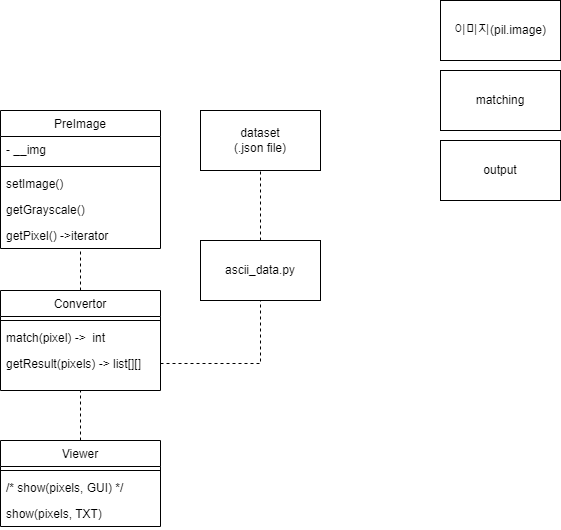
This is ascii_art.drawio.png from IT-ooth/ascii-art, a draw.io export, as it was before one commit. Source tidied: cells renumbered, new cells last; positions are measured from the earlier drawing's top-left corner, leaving out a move shared by most shapes.
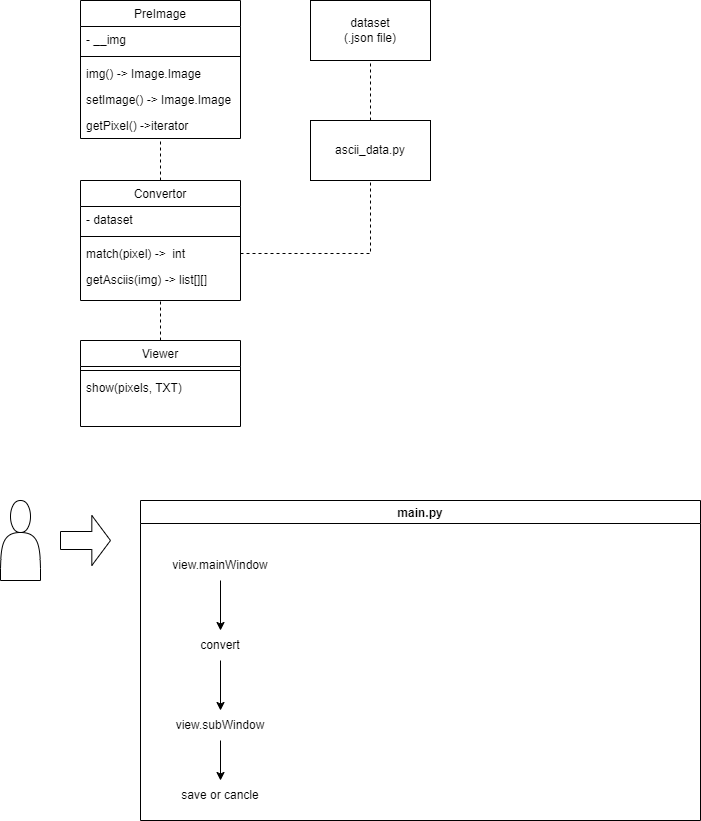
The same diagram one commit later.

Change to the diagram source:
```diff
@@ -3,7 +3,7 @@
     <mxCell id="0" />
     <mxCell id="1" parent="0" />
     <mxCell id="2" value="PreImage" style="swimlane;fontStyle=0;align=center;verticalAlign=top;horizontal=1;startSize=26;rounded=0;shadow=0;strokeWidth=1;" parent="1" vertex="1">
-      <mxGeometry y="110" width="160" height="138" as="geometry" />
+      <mxGeometry y="20" width="160" height="138" as="geometry" />
     </mxCell>
     <mxCell id="3" value="- __img" style="text;align=left;verticalAlign=top;spacingLeft=4;spacingRight=4;overflow=hidden;" parent="2" vertex="1">
       <mxGeometry y="26" width="160" height="26" as="geometry" />
@@ -11,38 +11,32 @@
     <mxCell id="4" style="line;html=1;strokeWidth=1;align=left;verticalAlign=middle;spacingTop=-1;spacingLeft=3;spacingRight=3;labelPosition=right;" parent="2" vertex="1">
       <mxGeometry y="52" width="160" height="8" as="geometry" />
     </mxCell>
-    <mxCell id="5" value="setImage()" style="text;align=left;verticalAlign=top;spacingLeft=4;spacingRight=4;overflow=hidden;" parent="2" vertex="1">
+    <mxCell id="5" value="img() -&gt; Image.Image" style="text;align=left;verticalAlign=top;spacingLeft=4;spacingRight=4;overflow=hidden;" parent="2" vertex="1">
       <mxGeometry y="60" width="160" height="26" as="geometry" />
     </mxCell>
-    <mxCell id="6" value="getGrayscale()" style="text;align=left;verticalAlign=top;spacingLeft=4;spacingRight=4;overflow=hidden;" parent="2" vertex="1">
+    <mxCell id="6" value="setImage() -&gt; Image.Image" style="text;align=left;verticalAlign=top;spacingLeft=4;spacingRight=4;overflow=hidden;" parent="2" vertex="1">
       <mxGeometry y="86" width="160" height="26" as="geometry" />
     </mxCell>
     <mxCell id="7" value="getPixel() -&gt;iterator" style="text;align=left;verticalAlign=top;spacingLeft=4;spacingRight=4;overflow=hidden;" parent="2" vertex="1">
       <mxGeometry y="112" width="160" height="26" as="geometry" />
     </mxCell>
-    <mxCell id="8" value="이미지(pil.image)" style="rounded=0;whiteSpace=wrap;html=1;" parent="1" vertex="1">
-      <mxGeometry x="440" width="120" height="60" as="geometry" />
-    </mxCell>
-    <mxCell id="9" value="matching" style="rounded=0;whiteSpace=wrap;html=1;" parent="1" vertex="1">
-      <mxGeometry x="440" y="70" width="120" height="60" as="geometry" />
-    </mxCell>
-    <mxCell id="10" value="output" style="rounded=0;whiteSpace=wrap;html=1;" parent="1" vertex="1">
-      <mxGeometry x="440" y="140" width="120" height="60" as="geometry" />
-    </mxCell>
     <mxCell id="11" value="dataset&lt;br&gt;(.json file)" style="rounded=0;whiteSpace=wrap;html=1;" parent="1" vertex="1">
-      <mxGeometry x="200" y="110" width="120" height="60" as="geometry" />
+      <mxGeometry x="230" y="20" width="120" height="60" as="geometry" />
     </mxCell>
     <mxCell id="12" value="Convertor" style="swimlane;fontStyle=0;align=center;verticalAlign=top;horizontal=1;startSize=26;rounded=0;shadow=0;strokeWidth=1;" parent="1" vertex="1">
-      <mxGeometry y="290" width="160" height="100" as="geometry" />
+      <mxGeometry y="200" width="160" height="120" as="geometry" />
     </mxCell>
+    <mxCell id="25" value="- dataset&#10;" style="text;align=left;verticalAlign=top;spacingLeft=4;spacingRight=4;overflow=hidden;" parent="12" vertex="1">
+      <mxGeometry y="26" width="160" height="26" as="geometry" />
+    </mxCell>
     <mxCell id="13" style="line;html=1;strokeWidth=1;align=left;verticalAlign=middle;spacingTop=-1;spacingLeft=3;spacingRight=3;labelPosition=right;" parent="12" vertex="1">
-      <mxGeometry y="26" width="160" height="8" as="geometry" />
+      <mxGeometry y="52" width="160" height="8" as="geometry" />
     </mxCell>
     <mxCell id="14" value="match(pixel) -&gt;  int" style="text;align=left;verticalAlign=top;spacingLeft=4;spacingRight=4;overflow=hidden;points=[[0,0.5],[1,0.5]];portConstraint=eastwest;" parent="12" vertex="1">
-      <mxGeometry y="34" width="160" height="26" as="geometry" />
+      <mxGeometry y="60" width="160" height="26" as="geometry" />
     </mxCell>
-    <mxCell id="15" value="getResult(pixels) -&gt; list[][]" style="text;align=left;verticalAlign=top;spacingLeft=4;spacingRight=4;overflow=hidden;points=[[0,0.5],[1,0.5]];portConstraint=eastwest;" parent="12" vertex="1">
-      <mxGeometry y="60" width="160" height="26" as="geometry" />
+    <mxCell id="15" value="getAsciis(img) -&gt; list[][]" style="text;align=left;verticalAlign=top;spacingLeft=4;spacingRight=4;overflow=hidden;points=[[0,0.5],[1,0.5]];portConstraint=eastwest;" parent="12" vertex="1">
+      <mxGeometry y="86" width="160" height="26" as="geometry" />
     </mxCell>
     <mxCell id="16" style="endArrow=none;dashed=1;html=1;rounded=0;entryX=0.5;entryY=1;entryDx=0;entryDy=0;exitX=0.5;exitY=0;exitDx=0;exitDy=0;" parent="1" edge="1" source="12" target="2">
       <mxGeometry relative="1" as="geometry" />
@@ -51,29 +45,56 @@
       <mxGeometry relative="1" as="geometry" />
     </mxCell>
     <mxCell id="18" value="Viewer" style="swimlane;fontStyle=0;align=center;verticalAlign=top;horizontal=1;startSize=26;rounded=0;shadow=0;strokeWidth=1;" parent="1" vertex="1">
-      <mxGeometry y="440" width="160" height="86" as="geometry" />
+      <mxGeometry y="360" width="160" height="86" as="geometry" />
     </mxCell>
     <mxCell id="19" style="line;html=1;strokeWidth=1;align=left;verticalAlign=middle;spacingTop=-1;spacingLeft=3;spacingRight=3;labelPosition=right;" parent="18" vertex="1">
       <mxGeometry y="26" width="160" height="8" as="geometry" />
     </mxCell>
-    <mxCell id="20" value="/* show(pixels, GUI) */" style="text;align=left;verticalAlign=top;spacingLeft=4;spacingRight=4;overflow=hidden;" parent="18" vertex="1">
-      <mxGeometry y="34" width="160" height="26" as="geometry" />
-    </mxCell>
     <mxCell id="21" value="show(pixels, TXT)" style="text;align=left;verticalAlign=top;spacingLeft=4;spacingRight=4;overflow=hidden;" parent="18" vertex="1">
-      <mxGeometry y="60" width="160" height="26" as="geometry" />
+      <mxGeometry y="34" width="160" height="26" as="geometry" />
     </mxCell>
     <mxCell id="22" style="endArrow=none;dashed=1;html=1;rounded=0;entryX=0.5;entryY=1;entryDx=0;entryDy=0;exitX=0.5;exitY=0;exitDx=0;exitDy=0;" parent="1" edge="1" source="18" target="12">
       <mxGeometry relative="1" as="geometry" />
     </mxCell>
     <mxCell id="23" value="ascii_data.py" style="rounded=0;whiteSpace=wrap;html=1;" parent="1" vertex="1">
-      <mxGeometry x="200" y="240" width="120" height="60" as="geometry" />
+      <mxGeometry x="230" y="140" width="120" height="60" as="geometry" />
     </mxCell>
-    <mxCell id="24" style="endArrow=none;dashed=1;html=1;rounded=0;exitX=1;exitY=0.5;exitDx=0;exitDy=0;entryX=0.5;entryY=1;entryDx=0;entryDy=0;" parent="1" edge="1" source="15" target="23">
+    <mxCell id="24" style="endArrow=none;dashed=1;html=1;rounded=0;exitX=1;exitY=0.5;exitDx=0;exitDy=0;entryX=0.5;entryY=1;entryDx=0;entryDy=0;" parent="1" edge="1" source="14" target="23">
       <mxGeometry relative="1" as="geometry">
         <Array as="points">
-          <mxPoint x="260" y="363" />
+          <mxPoint x="290" y="273" />
         </Array>
       </mxGeometry>
     </mxCell>
+    <mxCell id="26" style="shape=actor;whiteSpace=wrap;html=1;" parent="1" vertex="1">
+      <mxGeometry x="-80" y="520" width="40" height="80" as="geometry" />
+    </mxCell>
+    <mxCell id="27" style="shape=singleArrow;whiteSpace=wrap;html=1;arrowWidth=0.359998779296875;arrowSize=0.37333251953125;" parent="1" vertex="1">
+      <mxGeometry x="-20" y="535" width="50" height="50" as="geometry" />
+    </mxCell>
+    <mxCell id="28" value="main.py" style="swimlane;" parent="1" vertex="1">
+      <mxGeometry x="60" y="520" width="560" height="320" as="geometry" />
+    </mxCell>
+    <mxCell id="29" style="edgeStyle=orthogonalEdgeStyle;rounded=0;jettySize=auto;html=1;" parent="28" edge="1" source="30" target="32">
+      <mxGeometry relative="1" as="geometry" />
+    </mxCell>
+    <mxCell id="30" value="view.mainWindow" style="text;html=1;strokeColor=none;fillColor=none;align=center;verticalAlign=middle;whiteSpace=wrap;rounded=0;shadow=0;" parent="28" vertex="1">
+      <mxGeometry x="20" y="50" width="120" height="30" as="geometry" />
+    </mxCell>
+    <mxCell id="31" style="edgeStyle=orthogonalEdgeStyle;rounded=0;jettySize=auto;html=1;" parent="28" edge="1" source="32" target="34">
+      <mxGeometry relative="1" as="geometry" />
+    </mxCell>
+    <mxCell id="32" value="convert" style="text;html=1;strokeColor=none;fillColor=none;align=center;verticalAlign=middle;whiteSpace=wrap;rounded=0;shadow=0;" parent="28" vertex="1">
+      <mxGeometry x="20" y="130" width="120" height="30" as="geometry" />
+    </mxCell>
+    <mxCell id="33" style="edgeStyle=orthogonalEdgeStyle;rounded=0;jettySize=auto;html=1;" parent="28" edge="1" source="34" target="35">
+      <mxGeometry relative="1" as="geometry" />
+    </mxCell>
+    <mxCell id="34" value="view.subWindow" style="text;html=1;strokeColor=none;fillColor=none;align=center;verticalAlign=middle;whiteSpace=wrap;rounded=0;shadow=0;" parent="28" vertex="1">
+      <mxGeometry x="20" y="210" width="120" height="30" as="geometry" />
+    </mxCell>
+    <mxCell id="35" value="save or cancle" style="text;html=1;strokeColor=none;fillColor=none;align=center;verticalAlign=middle;whiteSpace=wrap;rounded=0;shadow=0;" parent="28" vertex="1">
+      <mxGeometry x="20" y="280" width="120" height="30" as="geometry" />
+    </mxCell>
   </root>
 </mxGraphModel>
```
